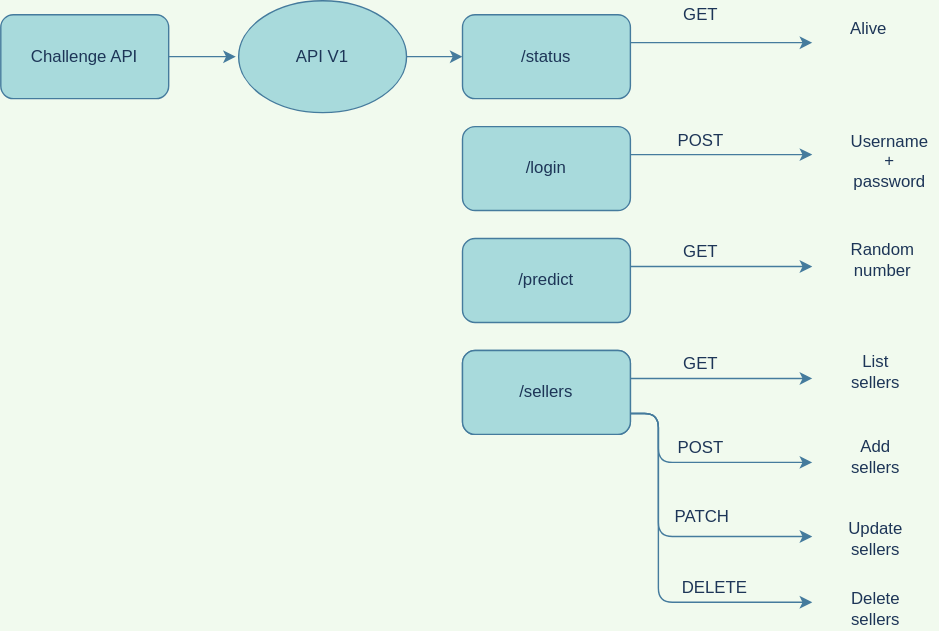
Above: Api_UML.svg in Demesmaeker/API_learning_Flask (draw.io), before the change. Source tidied: cells renumbered, new cells last; positions are measured from the earlier drawing's top-left corner, leaving out a move shared by most shapes.
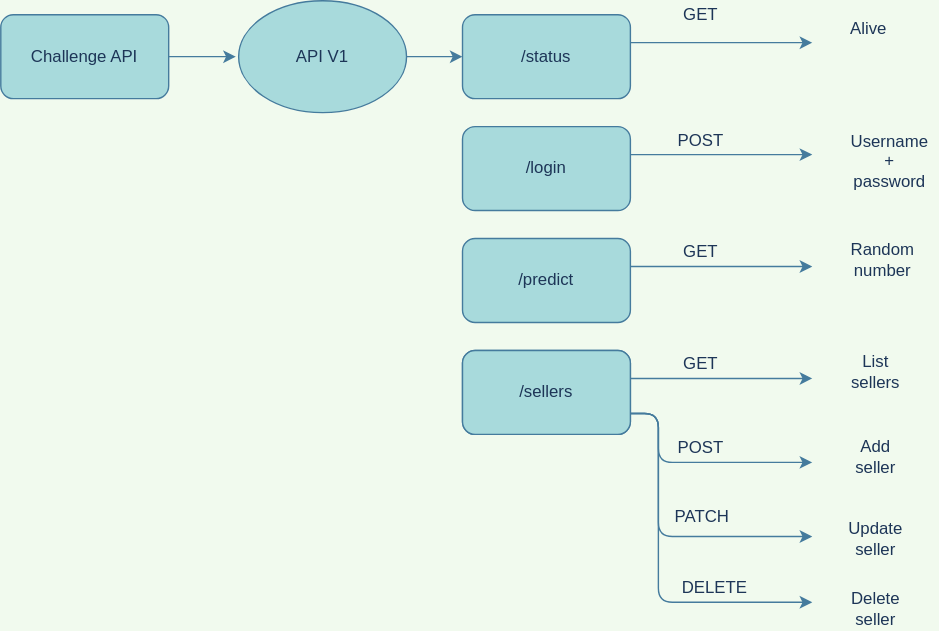
The same diagram one commit later.

What changed in the source:
```diff
@@ -99,10 +99,10 @@
         </Array>
       </mxGeometry>
     </mxCell>
-    <mxCell id="25" value="&lt;div&gt;Update&lt;br&gt;&lt;/div&gt;&lt;div&gt;sellers&lt;br&gt;&lt;/div&gt;" style="text;html=1;align=center;verticalAlign=middle;fontColor=#1D3557;rounded=1;" parent="1" vertex="1">
+    <mxCell id="25" value="&lt;div&gt;Update&lt;br&gt;&lt;/div&gt;&lt;div&gt;seller&lt;br&gt;&lt;/div&gt;" style="text;html=1;align=center;verticalAlign=middle;fontColor=#1D3557;rounded=1;" parent="1" vertex="1">
       <mxGeometry x="595" y="370" width="60" height="30" as="geometry" />
     </mxCell>
-    <mxCell id="26" value="&lt;div&gt;Add&lt;br&gt;&lt;/div&gt;&lt;div&gt;sellers&lt;br&gt;&lt;/div&gt;" style="text;html=1;align=center;verticalAlign=middle;fontColor=#1D3557;rounded=1;" parent="1" vertex="1">
+    <mxCell id="26" value="&lt;div&gt;Add&lt;br&gt;&lt;/div&gt;&lt;div&gt;seller&lt;br&gt;&lt;/div&gt;" style="text;html=1;align=center;verticalAlign=middle;fontColor=#1D3557;rounded=1;" parent="1" vertex="1">
       <mxGeometry x="600" y="311" width="50" height="30" as="geometry" />
     </mxCell>
     <mxCell id="27" value="PATCH" style="text;html=1;align=center;verticalAlign=middle;fontColor=#1D3557;rounded=1;" parent="1" vertex="1">
@@ -122,7 +122,7 @@
         </Array>
       </mxGeometry>
     </mxCell>
-    <mxCell id="30" value="&lt;div&gt;Delete&lt;br&gt;&lt;/div&gt;&lt;div&gt;sellers&lt;br&gt;&lt;/div&gt;" style="text;html=1;align=center;verticalAlign=middle;fontColor=#1D3557;rounded=1;" parent="1" vertex="1">
+    <mxCell id="30" value="&lt;div&gt;Delete&lt;br&gt;&lt;/div&gt;&lt;div&gt;seller&lt;/div&gt;" style="text;html=1;align=center;verticalAlign=middle;fontColor=#1D3557;rounded=1;" parent="1" vertex="1">
       <mxGeometry x="600" y="420" width="50" height="30" as="geometry" />
     </mxCell>
     <mxCell id="31" value="DELETE" style="text;html=1;align=center;verticalAlign=middle;fontColor=#1D3557;rounded=1;" parent="1" vertex="1">
```
